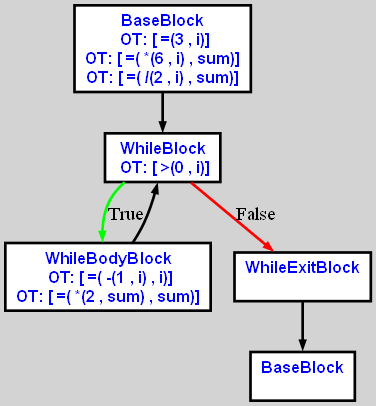
Earlier version of the Graphviz export cpoCompilerWin/input2.txt.calculator.dot.png (aveen007/CountingMonkeys). Its source is kept beside it as cpoCompilerWin/input2.txt.calculator.dot.
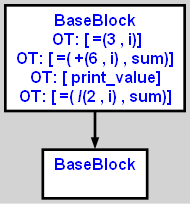
After the change.

What changed in the source:
```diff
@@ -4,20 +4,11 @@
 bgcolor="lightgrey";  node [shape=box, fixedsize=false, fontsize=12, fontname="Helvetica-bold", fontcolor="blue"
 width=.25, height=.25, color="black", fillcolor="white", style="filled, solid, bold"];
 
-edge [arrowsize=.5, color="black", style="bold"]    n00001154B19A1400 [label="BaseBlock\n OT: [ =(3 , i)]
-OT: [ =( *(6 , i) , sum)]
+edge [arrowsize=.5, color="black", style="bold"]    n0000126738C21520 [label="BaseBlock\n OT: [ =(3 , i)]
+OT: [ =( +(6 , i) , sum)]
+OT: [ print_value]
 OT: [ =( /(2 , i) , sum)]
 "]
-    n00001154B19A1460 [label="WhileBlock\n OT: [ >(0 , i)]
-"]
-    n00001154B19A1400 -> n00001154B19A1460
-	   n00001154B19A1460 -> n00001154B19A14C0 [ label = "True" color="green"]
-    n00001154B19A14C0 [label="WhileBodyBlock\n OT: [ =( -(1 , i) , i)]
-OT: [ =( *(2 , sum) , sum)]
-"]
-    n00001154B19A14C0 -> n00001154B19A1460
-	   n00001154B19A1460 -> n00001154B19A1520 [ label = "False" color="red"]
-    n00001154B19A1520 [label="WhileExitBlock\n "]
-    n00001154B19A1580 [label="BaseBlock\n "]
-    n00001154B19A1520 -> n00001154B19A1580
+    n0000126738C21580 [label="BaseBlock\n "]
+    n0000126738C21520 -> n0000126738C21580
 }
```
